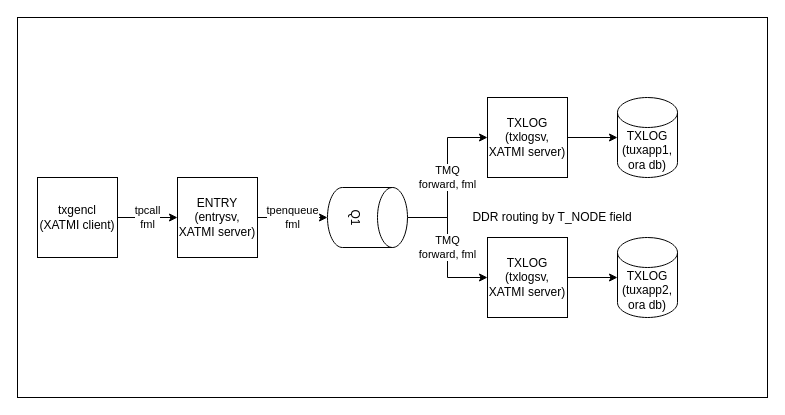
Before: doc/program.drawio in endurox-dev/tuxapp, a draw.io diagram. Source tidied: cells renumbered, new cells numbered last; positions are measured from the earlier drawing's top-left corner, leaving out a move shared by most shapes. Both pictures are drawn from the tidied source at 100%, with x=0, y=0 at pixel (17, 17).
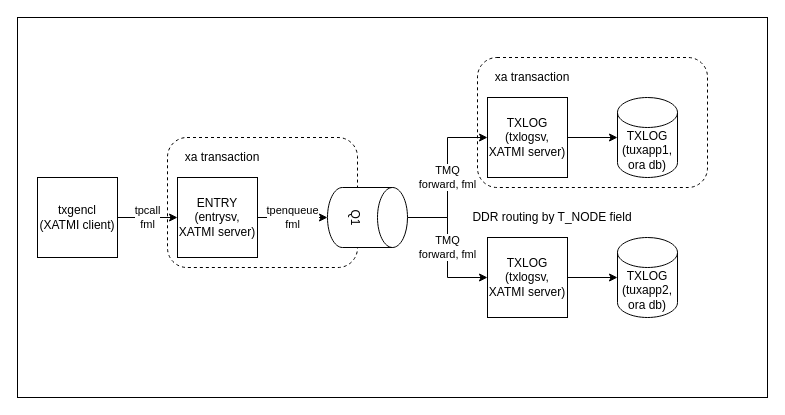
Above is the later version.

Change to the diagram source:
```diff
@@
+    <mxCell id="17" style="rounded=1;whiteSpace=wrap;html=1;dashed=1;" parent="1" vertex="1">
+      <mxGeometry x="460" y="40" width="230" height="130" as="geometry" />
+    </mxCell>
+    <mxCell id="18" style="rounded=1;whiteSpace=wrap;html=1;dashed=1;" parent="1" vertex="1">
+      <mxGeometry x="150" y="120" width="190" height="130" as="geometry" />
+    </mxCell>
@@
+    <mxCell id="19" value="xa transaction" style="text;html=1;strokeColor=none;fillColor=none;align=center;verticalAlign=middle;whiteSpace=wrap;rounded=0;dashed=1;" parent="1" vertex="1">
+      <mxGeometry x="160" y="130" width="90" height="20" as="geometry" />
+    </mxCell>
+    <mxCell id="20" value="xa transaction" style="text;html=1;strokeColor=none;fillColor=none;align=center;verticalAlign=middle;whiteSpace=wrap;rounded=0;dashed=1;" parent="1" vertex="1">
+      <mxGeometry x="470" y="50" width="90" height="20" as="geometry" />
+    </mxCell>
```
